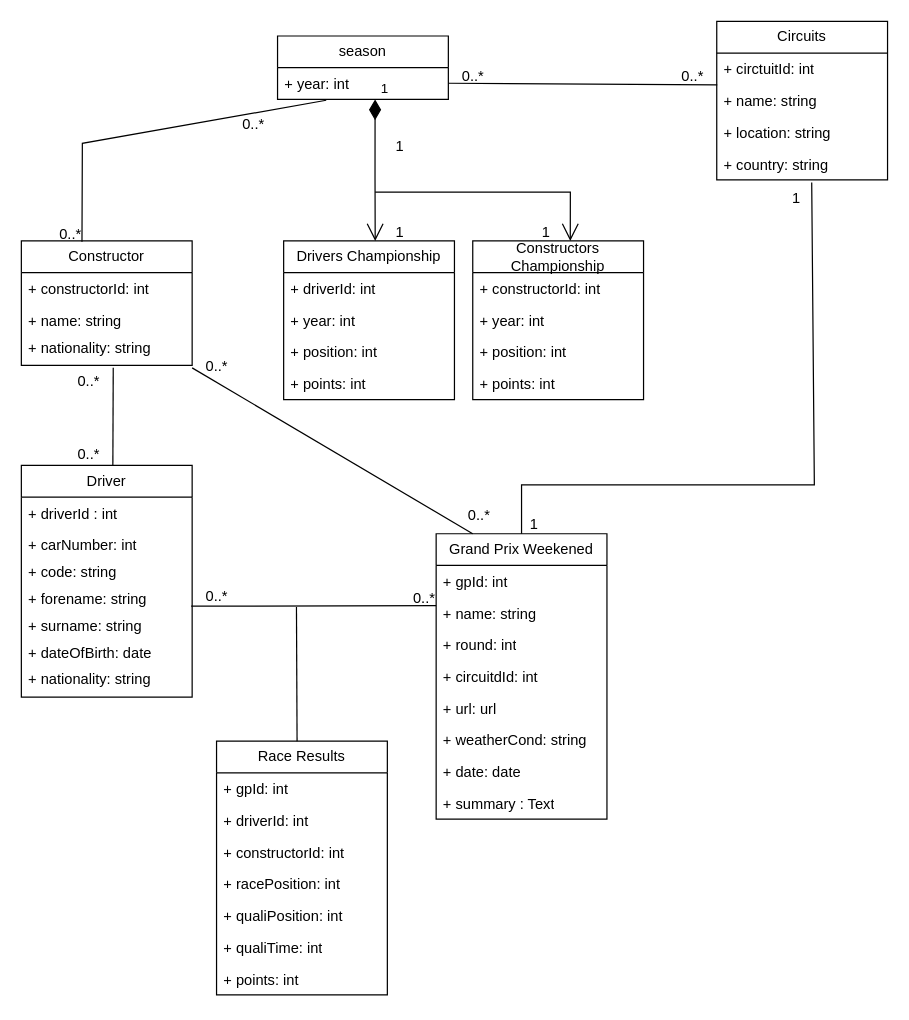
Before: f1UML.drawio in mnogueira22/FEUP-PRI, a draw.io diagram. Source tidied: cells renumbered, new cells numbered last; positions are measured from the earlier drawing's top-left corner, leaving out a move shared by most shapes. Both pictures are drawn from the tidied source at 122%, with x=0, y=0 at pixel (21, 21).
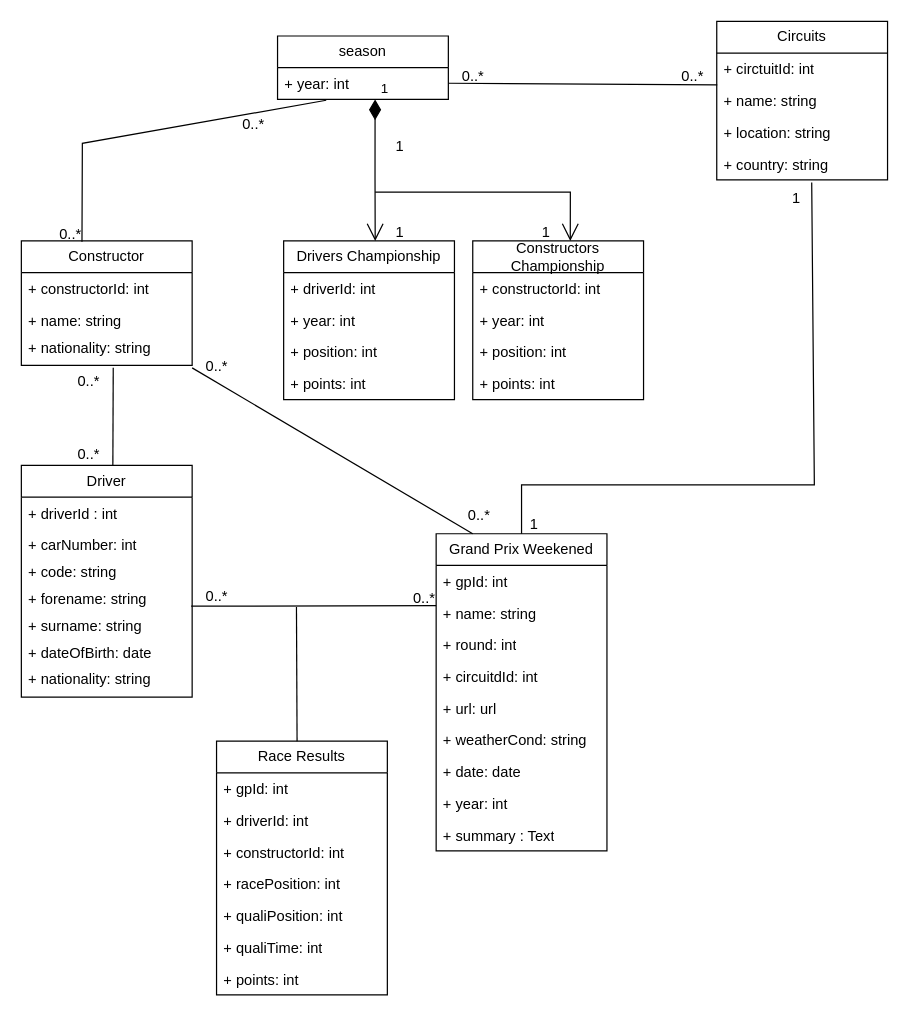
Above is the later version.

Diff of the diagram source:
```diff
@@
     <mxCell id="34" value="Grand Prix Weekened" style="swimlane;fontStyle=0;horizontal=1;startSize=26;fillColor=none;whiteSpace=wrap;html=1;" parent="1" vertex="1">
-      <mxGeometry x="340" y="420" width="140" height="234" as="geometry" />
+      <mxGeometry x="340" y="420" width="140" height="260" as="geometry" />
     </mxCell>
@@
+    <mxCell id="74" value="+ year: int" style="text;strokeColor=none;fillColor=none;align=left;verticalAlign=top;spacingLeft=4;spacingRight=4;overflow=hidden;whiteSpace=wrap;html=1;" parent="34" vertex="1">
+      <mxGeometry y="208" width="140" height="26" as="geometry" />
+    </mxCell>
     <mxCell id="42" value="+ summary : Text" style="text;strokeColor=none;fillColor=none;align=left;verticalAlign=top;spacingLeft=4;spacingRight=4;overflow=hidden;whiteSpace=wrap;html=1;" parent="34" vertex="1">
-      <mxGeometry y="208" width="140" height="26" as="geometry" />
+      <mxGeometry y="234" width="140" height="26" as="geometry" />
     </mxCell>
```
